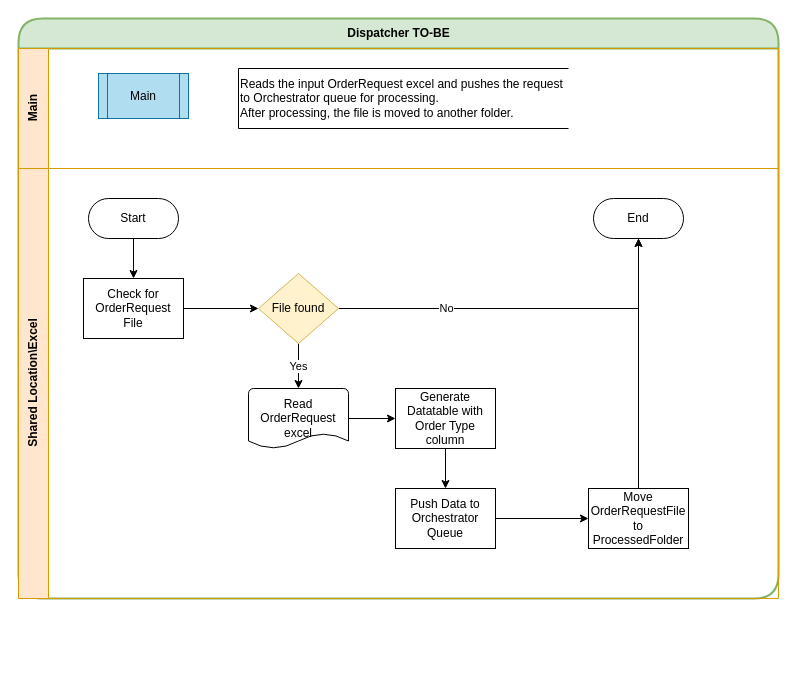
Neha92/github-slideshow keeps this draw.io diagram as page "Dispatcher To-BE" (3 of 3) of _layouts/Untitled Diagram.drawio. Above is the earlier version. Source tidied: cells renumbered, new cells numbered last; positions are measured from the earlier drawing's top-left corner, leaving out a move shared by most shapes. Both pictures are drawn from the tidied source at 100%, with x=0, y=0 at pixel (18, 18).
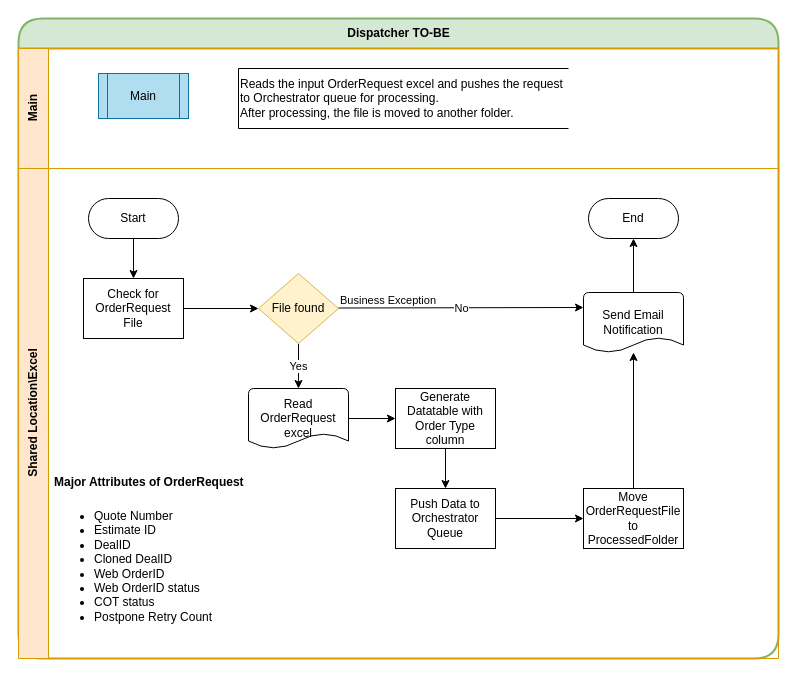
The same diagram, later.

The change refers to these unchanged cells:
```xml
<mxCell id="15" value="File found" style="strokeWidth=1;html=1;shape=mxgraph.flowchart.decision;whiteSpace=wrap;rounded=1;fillColor=#fff2cc;strokeColor=#d6b656;" parent="6" vertex="1">
  <mxGeometry x="240" y="105" width="80" height="70" as="geometry" />
</mxCell>
```

Change to the diagram source:
```diff
@@
     <mxCell id="2" value="&lt;span&gt;Dispatcher TO-BE&lt;/span&gt;" style="swimlane;html=1;horizontal=1;startSize=30;rounded=1;strokeColor=#82b366;strokeWidth=2;fillColor=#d5e8d4;labelBorderColor=none;arcSize=27;" parent="1" vertex="1">
-      <mxGeometry width="760" height="580" as="geometry" />
+      <mxGeometry width="760" height="640" as="geometry" />
     </mxCell>
@@
     <mxCell id="6" value="Shared Location\Excel" style="swimlane;html=1;startSize=30;horizontal=0;fillColor=#ffe6cc;strokeColor=#d79b00;" parent="2" vertex="1">
-      <mxGeometry y="150" width="760" height="430" as="geometry" />
+      <mxGeometry y="150" width="760" height="490" as="geometry" />
     </mxCell>
@@
     <mxCell id="9" value="End" style="rounded=1;whiteSpace=wrap;html=1;arcSize=50;" parent="6" vertex="1">
-      <mxGeometry x="575" y="30" width="90" height="40" as="geometry" />
+      <mxGeometry x="570" y="30" width="90" height="40" as="geometry" />
     </mxCell>
@@
-    <mxCell id="12" style="edgeStyle=orthogonalEdgeStyle;rounded=0;jettySize=auto;html=1;exitX=1;exitY=0.5;exitDx=0;exitDy=0;exitPerimeter=0;" parent="6" edge="1" source="15" target="9">
-      <mxGeometry as="geometry" />
-    </mxCell>
-    <mxCell id="13" value="No" style="edgeLabel;html=1;align=center;verticalAlign=middle;" parent="12" vertex="1">
-      <mxGeometry x="-0.42" y="1" relative="1" as="geometry" />
-    </mxCell>
@@
-    <mxCell id="22" style="edgeStyle=orthogonalEdgeStyle;rounded=0;jettySize=auto;html=1;exitX=0.5;exitY=0;exitDx=0;exitDy=0;entryX=0.5;entryY=1;entryDx=0;entryDy=0;" parent="6" edge="1" source="23" target="9">
+    <mxCell id="22" style="edgeStyle=orthogonalEdgeStyle;rounded=0;jettySize=auto;html=1;exitX=0.5;exitY=0;exitDx=0;exitDy=0;entryX=0.5;entryY=1;entryDx=0;entryDy=0;" parent="6" edge="1" source="26" target="9">
       <mxGeometry relative="1" as="geometry" />
     </mxCell>
     <mxCell id="23" value="Move OrderRequestFile to ProcessedFolder" style="rounded=0;whiteSpace=wrap;html=1;" parent="6" vertex="1">
-      <mxGeometry x="570" y="320" width="100" height="60" as="geometry" />
+      <mxGeometry x="565" y="320" width="100" height="60" as="geometry" />
     </mxCell>
+    <mxCell id="24" style="endArrow=classic;html=1;entryX=0;entryY=0.25;entryDx=0;entryDy=0;entryPerimeter=0;" parent="6" edge="1" target="26">
+      <mxGeometry relative="1" as="geometry">
+        <mxPoint x="320" y="139.5" as="sourcePoint" />
+      </mxGeometry>
+    </mxCell>
+    <mxCell id="13" value="No" style="edgeLabel;html=1;align=center;verticalAlign=middle;" parent="24" vertex="1">
+      <mxGeometry relative="1" as="geometry" />
+    </mxCell>
+    <mxCell id="25" value="Business Exception" style="edgeLabel;html=1;align=left;verticalAlign=bottom;" parent="24" vertex="1">
+      <mxGeometry x="-1" relative="1" as="geometry" />
+    </mxCell>
+    <mxCell id="26" value="Send Email Notification" style="strokeWidth=1;html=1;shape=mxgraph.flowchart.document2;whiteSpace=wrap;size=0.25;rounded=1;" parent="6" vertex="1">
+      <mxGeometry x="565" y="124" width="100" height="60" as="geometry" />
+    </mxCell>
+    <mxCell id="27" style="edgeStyle=orthogonalEdgeStyle;rounded=0;jettySize=auto;html=1;exitX=0.5;exitY=0;exitDx=0;exitDy=0;entryX=0.5;entryY=1;entryDx=0;entryDy=0;" parent="6" edge="1" source="23" target="26">
+      <mxGeometry relative="1" as="geometry" />
+    </mxCell>
+    <mxCell id="28" value="&lt;h1&gt;&lt;font style=&quot;font-size: 12px&quot;&gt;Major Attributes of OrderRequest&lt;/font&gt;&lt;/h1&gt;&lt;p&gt;&lt;/p&gt;&lt;ul&gt;&lt;li&gt;Quote Number&lt;/li&gt;&lt;li&gt;Estimate ID&lt;/li&gt;&lt;li&gt;DealID&lt;/li&gt;&lt;li&gt;Cloned DealID&lt;/li&gt;&lt;li&gt;Web OrderID&lt;/li&gt;&lt;li&gt;Web OrderID status&lt;/li&gt;&lt;li&gt;COT status&lt;/li&gt;&lt;li&gt;Postpone Retry Count&lt;/li&gt;&lt;/ul&gt;&lt;p&gt;&lt;/p&gt;" style="text;html=1;strokeColor=none;fillColor=none;spacing=5;spacingTop=-20;whiteSpace=wrap;overflow=hidden;rounded=0;" parent="6" vertex="1">
+      <mxGeometry x="31" y="290" width="229" height="210" as="geometry" />
+    </mxCell>
```
